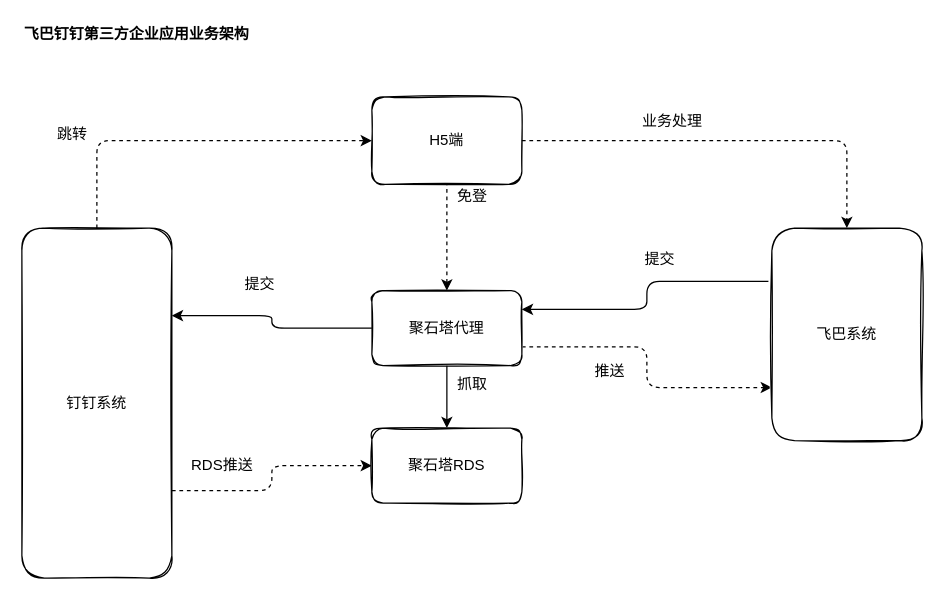
This is page "architecture_second" (2 of 3) of src/work/flyby/present/dingtalk-proxy-architecture.drawio from ab-doc/draw.io, a draw.io file, before an edit. Source tidied: cells renumbered, new cells numbered last; positions are measured from the earlier drawing's top-left corner, leaving out a move shared by most shapes. Both pictures are drawn from the tidied source at 125%, with x=0, y=0 at pixel (21, 21).
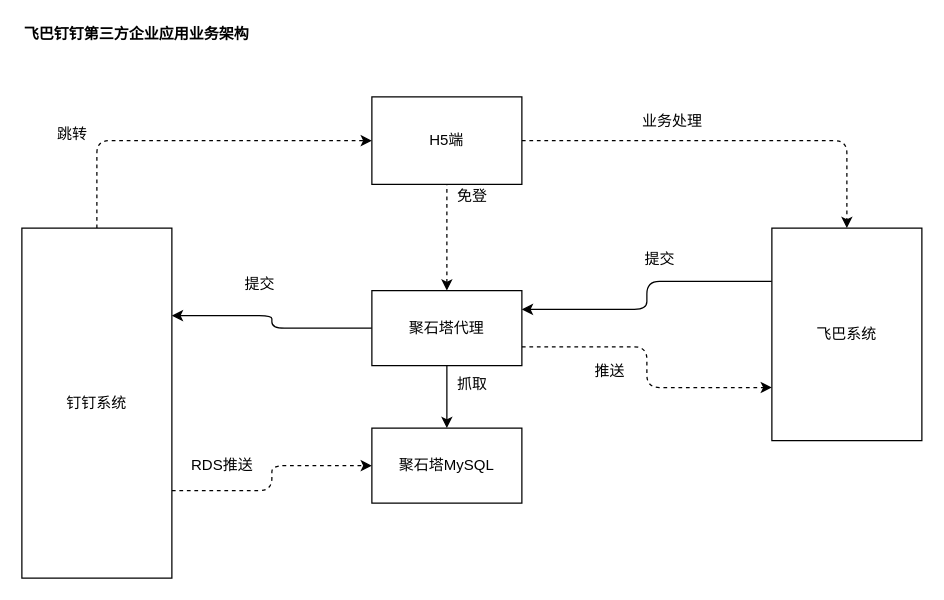
The same diagram, later.

The edit, as a diff of the source:
```diff
@@
-    <mxCell id="2" style="edgeStyle=orthogonalEdgeStyle;curved=0;rounded=1;sketch=0;jettySize=auto;html=1;dashed=1;entryX=0;entryY=0.5;entryDx=0;entryDy=0;exitX=1;exitY=0.75;exitDx=0;exitDy=0;" parent="1" edge="1" source="4" target="6">
+    <mxCell id="2" style="edgeStyle=orthogonalEdgeStyle;jettySize=auto;html=1;dashed=1;entryX=0;entryY=0.5;entryDx=0;entryDy=0;exitX=1;exitY=0.75;exitDx=0;exitDy=0;" parent="1" edge="1" source="4" target="6">
       <mxGeometry relative="1" as="geometry" />
     </mxCell>
-    <mxCell id="3" style="edgeStyle=orthogonalEdgeStyle;rounded=1;jettySize=auto;html=1;dashed=1;startArrow=none;startFill=0;endArrow=classic;endFill=1;entryX=0;entryY=0.5;entryDx=0;entryDy=0;exitX=0.5;exitY=0;exitDx=0;exitDy=0;" parent="1" edge="1" source="4" target="15">
+    <mxCell id="3" style="edgeStyle=orthogonalEdgeStyle;jettySize=auto;html=1;dashed=1;startArrow=none;startFill=0;endArrow=classic;endFill=1;entryX=0;entryY=0.5;entryDx=0;entryDy=0;exitX=0.5;exitY=0;exitDx=0;exitDy=0;" parent="1" edge="1" source="4" target="15">
       <mxGeometry relative="1" as="geometry" />
     </mxCell>
-    <mxCell id="4" value="钉钉系统" style="whiteSpace=wrap;html=1;sketch=1;rounded=1;" parent="1" vertex="1">
+    <mxCell id="4" value="钉钉系统" style="whiteSpace=wrap;html=1;" parent="1" vertex="1">
       <mxGeometry y="165" width="120" height="280" as="geometry" />
     </mxCell>
-    <mxCell id="5" style="edgeStyle=orthogonalEdgeStyle;curved=0;rounded=1;sketch=0;jettySize=auto;html=1;endArrow=none;endFill=0;startArrow=classic;startFill=1;entryX=0.5;entryY=1;entryDx=0;entryDy=0;" parent="1" edge="1" source="6" target="10">
+    <mxCell id="5" style="edgeStyle=orthogonalEdgeStyle;jettySize=auto;html=1;endArrow=none;endFill=0;startArrow=classic;startFill=1;entryX=0.5;entryY=1;entryDx=0;entryDy=0;" parent="1" edge="1" source="6" target="10">
       <mxGeometry relative="1" as="geometry" />
     </mxCell>
-    <mxCell id="6" value="聚石塔RDS" style="whiteSpace=wrap;html=1;sketch=1;rounded=1;" parent="1" vertex="1">
+    <mxCell id="6" value="聚石塔MySQL" style="whiteSpace=wrap;html=1;" parent="1" vertex="1">
       <mxGeometry x="280" y="325" width="120" height="60" as="geometry" />
     </mxCell>
-    <mxCell id="7" style="edgeStyle=orthogonalEdgeStyle;curved=0;rounded=1;sketch=0;jettySize=auto;html=1;entryX=0;entryY=0.75;entryDx=0;entryDy=0;exitX=1;exitY=0.75;exitDx=0;exitDy=0;dashed=1;" parent="1" edge="1" source="10" target="12">
+    <mxCell id="7" style="edgeStyle=orthogonalEdgeStyle;jettySize=auto;html=1;entryX=0;entryY=0.75;entryDx=0;entryDy=0;exitX=1;exitY=0.75;exitDx=0;exitDy=0;dashed=1;" parent="1" edge="1" source="10" target="12">
       <mxGeometry relative="1" as="geometry" />
     </mxCell>
-    <mxCell id="8" style="edgeStyle=orthogonalEdgeStyle;curved=0;rounded=1;sketch=0;jettySize=auto;html=1;startArrow=none;startFill=0;endArrow=classic;endFill=1;entryX=1;entryY=0.25;entryDx=0;entryDy=0;" parent="1" edge="1" source="10" target="4">
+    <mxCell id="8" style="edgeStyle=orthogonalEdgeStyle;jettySize=auto;html=1;startArrow=none;startFill=0;endArrow=classic;endFill=1;entryX=1;entryY=0.25;entryDx=0;entryDy=0;" parent="1" edge="1" source="10" target="4">
       <mxGeometry relative="1" as="geometry" />
     </mxCell>
-    <mxCell id="9" style="edgeStyle=orthogonalEdgeStyle;rounded=1;jettySize=auto;html=1;entryX=0.5;entryY=1;entryDx=0;entryDy=0;exitX=0.5;exitY=0;exitDx=0;exitDy=0;startArrow=classic;startFill=1;endArrow=none;endFill=0;dashed=1;" parent="1" edge="1" source="10" target="15">
+    <mxCell id="9" style="edgeStyle=orthogonalEdgeStyle;jettySize=auto;html=1;entryX=0.5;entryY=1;entryDx=0;entryDy=0;exitX=0.5;exitY=0;exitDx=0;exitDy=0;startArrow=classic;startFill=1;endArrow=none;endFill=0;dashed=1;" parent="1" edge="1" source="10" target="15">
       <mxGeometry relative="1" as="geometry">
         <Array as="points">
           <mxPoint x="340" y="190" />
           <mxPoint x="340" y="190" />
         </Array>
       </mxGeometry>
     </mxCell>
-    <mxCell id="10" value="聚石塔代理" style="whiteSpace=wrap;html=1;sketch=1;rounded=1;" parent="1" vertex="1">
+    <mxCell id="10" value="聚石塔代理" style="whiteSpace=wrap;html=1;" parent="1" vertex="1">
       <mxGeometry x="280" y="215" width="120" height="60" as="geometry" />
     </mxCell>
-    <mxCell id="11" style="edgeStyle=orthogonalEdgeStyle;curved=0;rounded=1;sketch=0;jettySize=auto;html=1;startArrow=none;startFill=0;endArrow=classic;endFill=1;entryX=1;entryY=0.25;entryDx=0;entryDy=0;exitX=0;exitY=0.25;exitDx=0;exitDy=0;" parent="1" edge="1" source="12" target="10">
+    <mxCell id="11" style="edgeStyle=orthogonalEdgeStyle;jettySize=auto;html=1;startArrow=none;startFill=0;endArrow=classic;endFill=1;entryX=1;entryY=0.25;entryDx=0;entryDy=0;exitX=0;exitY=0.25;exitDx=0;exitDy=0;" parent="1" edge="1" source="12" target="10">
       <mxGeometry relative="1" as="geometry" />
     </mxCell>
-    <mxCell id="12" value="飞巴系统" style="whiteSpace=wrap;html=1;sketch=1;rounded=1;" parent="1" vertex="1">
+    <mxCell id="12" value="飞巴系统" style="whiteSpace=wrap;html=1;" parent="1" vertex="1">
       <mxGeometry x="600" y="165" width="120" height="170" as="geometry" />
     </mxCell>
@@
-    <mxCell id="14" style="edgeStyle=orthogonalEdgeStyle;rounded=1;jettySize=auto;html=1;dashed=1;startArrow=none;startFill=0;endArrow=classic;endFill=1;entryX=0.5;entryY=0;entryDx=0;entryDy=0;exitX=1;exitY=0.5;exitDx=0;exitDy=0;" parent="1" edge="1" source="15" target="12">
+    <mxCell id="14" style="edgeStyle=orthogonalEdgeStyle;jettySize=auto;html=1;dashed=1;startArrow=none;startFill=0;endArrow=classic;endFill=1;entryX=0.5;entryY=0;entryDx=0;entryDy=0;exitX=1;exitY=0.5;exitDx=0;exitDy=0;" parent="1" edge="1" source="15" target="12">
       <mxGeometry relative="1" as="geometry">
         <Array as="points">
           <mxPoint x="660" y="95" />
         </Array>
       </mxGeometry>
     </mxCell>
-    <mxCell id="15" value="H5端" style="whiteSpace=wrap;html=1;sketch=1;rounded=1;" parent="1" vertex="1">
+    <mxCell id="15" value="H5端" style="whiteSpace=wrap;html=1;" parent="1" vertex="1">
       <mxGeometry x="280" y="60" width="120" height="70" as="geometry" />
     </mxCell>
```
